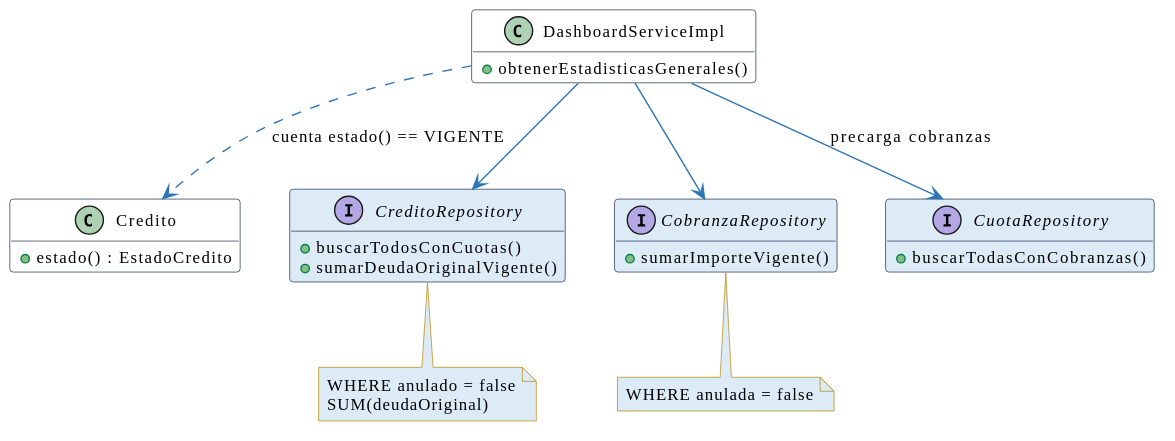
The PlantUML diagram docs/reporte/puml/m3-despues.svg in andreiveisuade/TPO-ProcesoDesarrolloSoftware-V3, before a commit. Its source is kept beside it as docs/reporte/puml/m3-despues.puml.
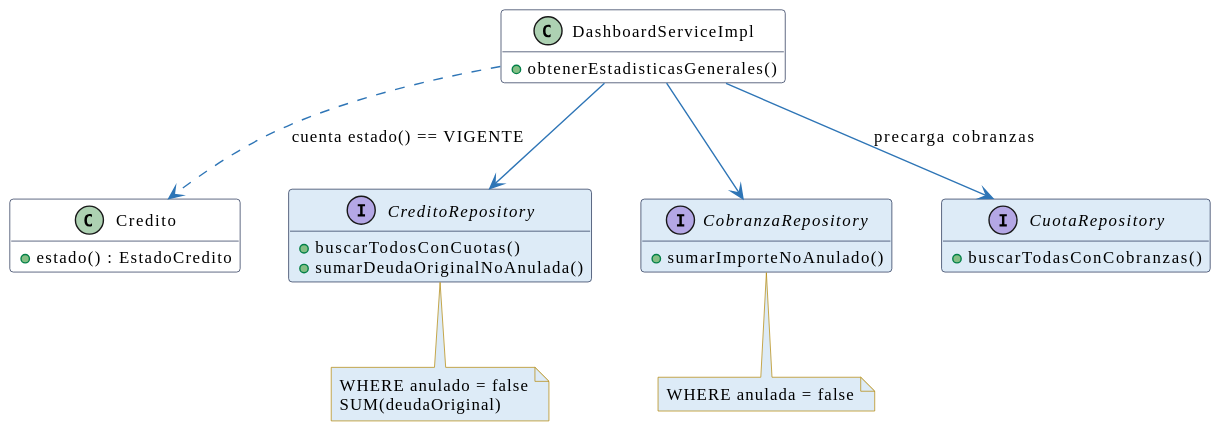
The same diagram one commit later.

What changed in the source:
```diff
@@ -22,10 +22,10 @@
 DashboardServiceImpl ..> Credito : cuenta estado() == VIGENTE
 interface CreditoRepository #DDEBF7 {
   +buscarTodosConCuotas()
-  +sumarDeudaOriginalVigente()
+  +sumarDeudaOriginalNoAnulada()
 }
 interface CobranzaRepository #DDEBF7 {
-  +sumarImporteVigente()
+  +sumarImporteNoAnulado()
 }
 interface CuotaRepository #DDEBF7 {
   +buscarTodasConCobranzas()
```
